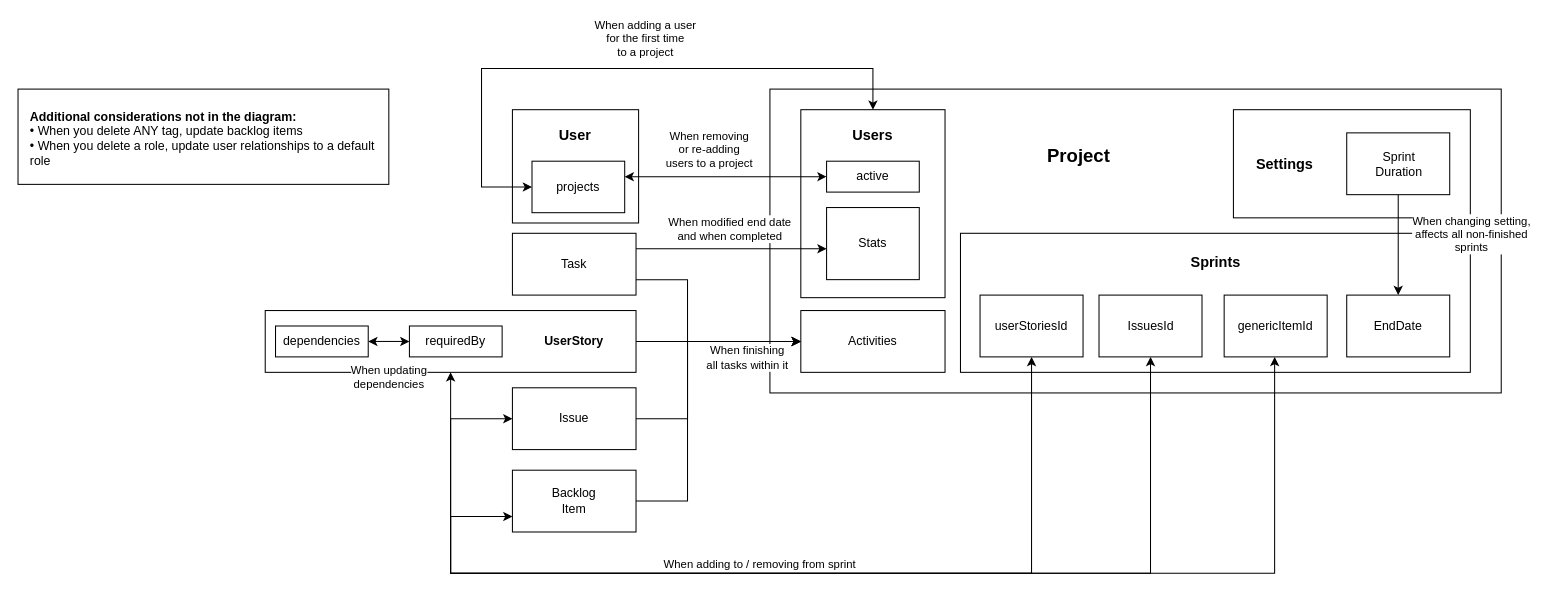
Above: diagrams/firebase_dependencies.drawio in Apantli/Tenor (draw.io), before the change. Source tidied: cells renumbered, new cells numbered last; positions are measured from the earlier drawing's top-left corner, leaving out a move shared by most shapes. Both pictures are drawn from the tidied source at 103%, with x=0, y=0 at pixel (18, 68).
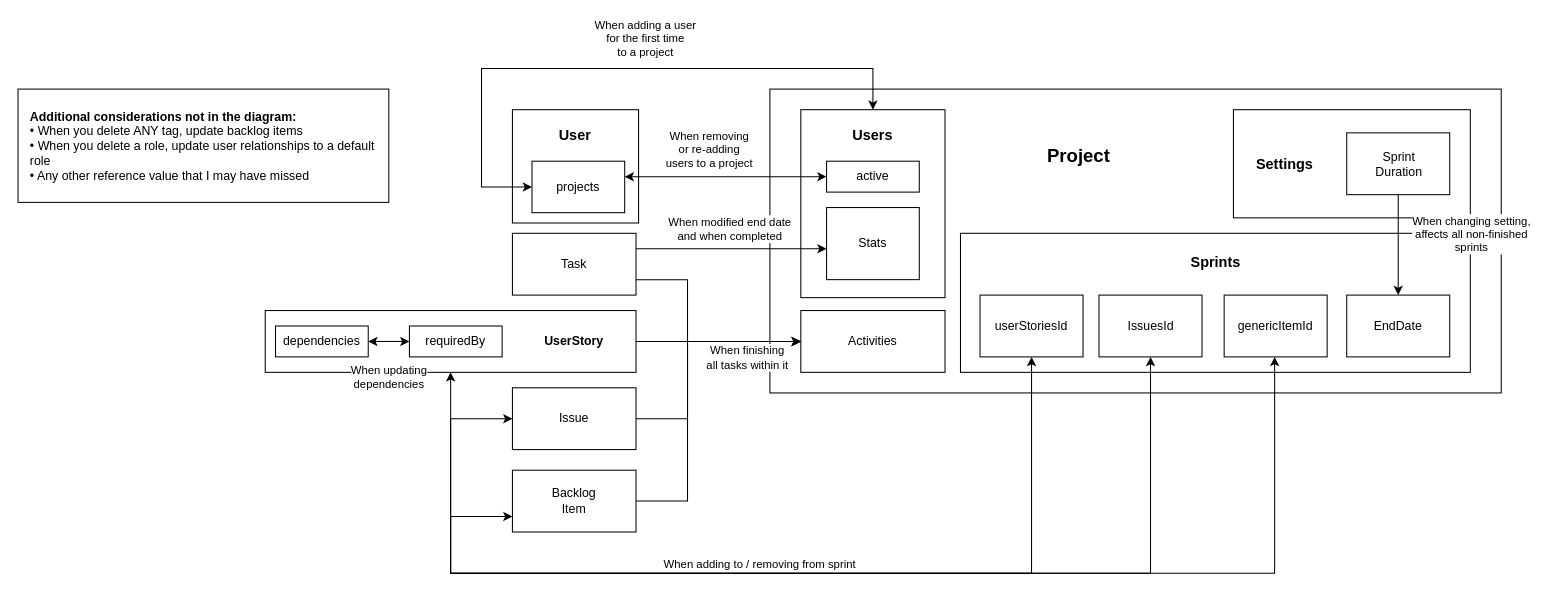
The same diagram, later.

The edit, as a diff of the source:
```diff
@@
     <mxCell id="2" style="rounded=0;whiteSpace=wrap;html=1;" parent="1" vertex="1">
-      <mxGeometry y="20" width="360" height="92.5" as="geometry" />
+      <mxGeometry y="20" width="360" height="110" as="geometry" />
     </mxCell>
@@
-    <mxCell id="61" value="&lt;b&gt;Additional considerations not in the diagram:&lt;/b&gt;&lt;div&gt;• When you delete ANY tag, update backlog items&lt;/div&gt;&lt;div&gt;• When you delete a role, update user relationships to a default role&lt;/div&gt;" style="text;html=1;align=left;verticalAlign=top;whiteSpace=wrap;rounded=0;" parent="1" vertex="1">
+    <mxCell id="61" value="&lt;b&gt;Additional considerations not in the diagram:&lt;/b&gt;&lt;div&gt;• When you delete ANY tag, update backlog items&lt;/div&gt;&lt;div&gt;• When you delete a role, update user relationships to a default role&lt;/div&gt;&lt;div&gt;• Any other reference value that I may have missed&lt;/div&gt;" style="text;html=1;align=left;verticalAlign=top;whiteSpace=wrap;rounded=0;" parent="1" vertex="1">
       <mxGeometry x="10" y="33" width="340" height="137" as="geometry" />
     </mxCell>
```
